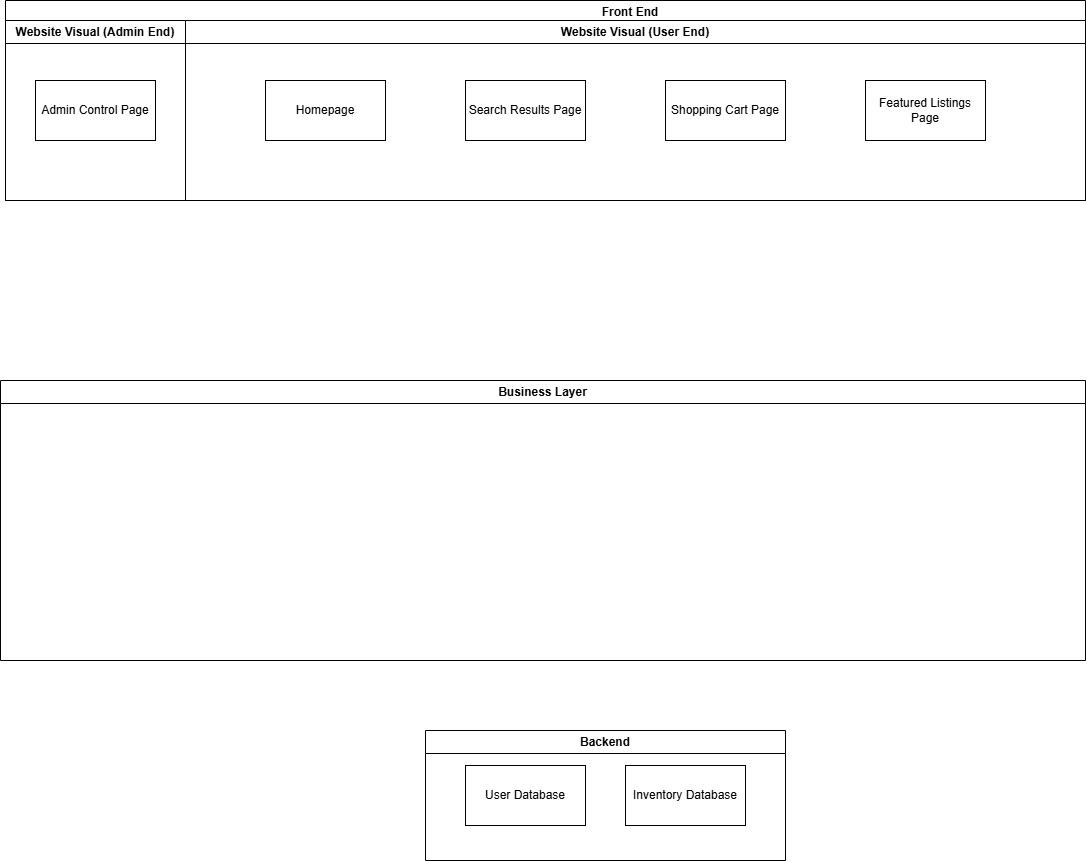
The draw.io diagram Use Case Diagrams/Architecture_Diagram/Architecture_Diagram.drawio.png in gavinbarry60/group8, before a commit. Source tidied: cells renumbered, new cells last; positions are measured from the earlier drawing's top-left corner, leaving out a move shared by most shapes.
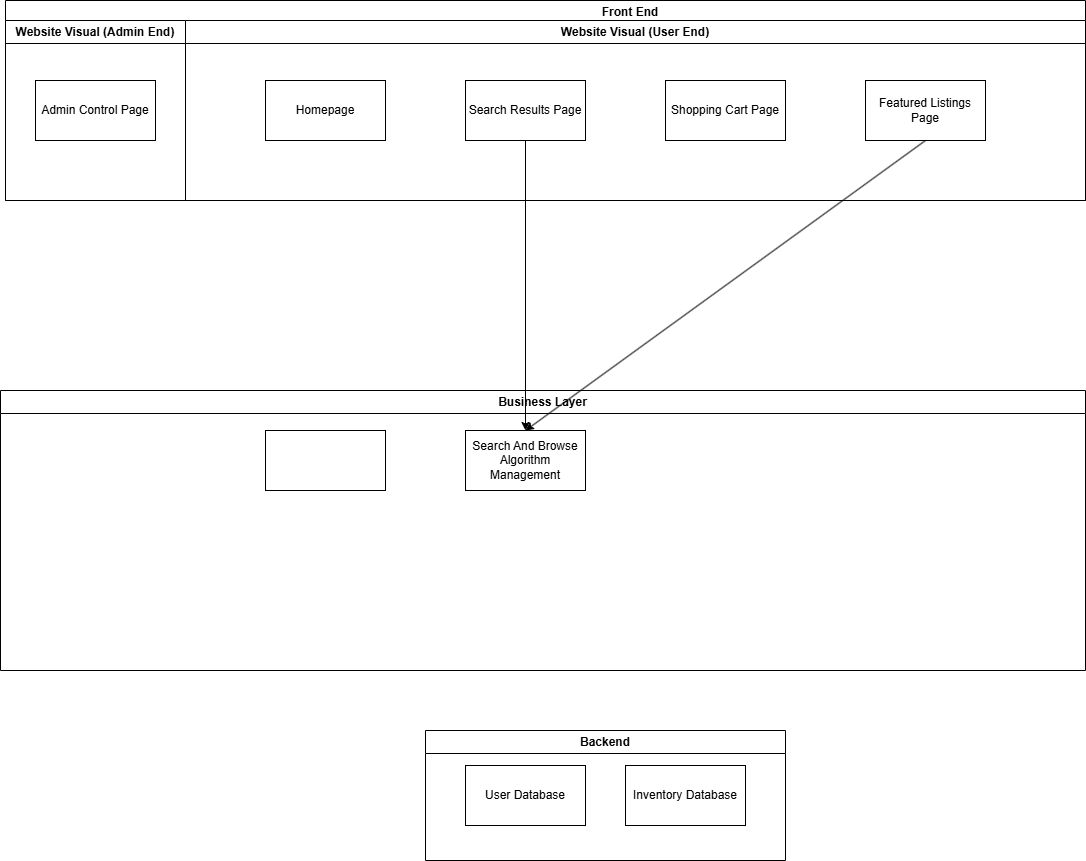
Later version of the same file.

Change to the diagram source:
```diff
@@ -27,8 +27,14 @@
       <mxGeometry x="680" y="60" width="120" height="60" as="geometry" />
     </mxCell>
     <mxCell id="10" value="Business Layer" style="swimlane;whiteSpace=wrap;html=1;" parent="1" vertex="1">
-      <mxGeometry y="380" width="1085" height="280" as="geometry" />
+      <mxGeometry y="390" width="1085" height="280" as="geometry" />
     </mxCell>
+    <mxCell id="14" style="rounded=0;whiteSpace=wrap;html=1;" parent="10" vertex="1">
+      <mxGeometry x="265" y="40" width="120" height="60" as="geometry" />
+    </mxCell>
+    <mxCell id="15" value="Search And Browse Algorithm Management" style="rounded=0;whiteSpace=wrap;html=1;" parent="10" vertex="1">
+      <mxGeometry x="465" y="40" width="120" height="60" as="geometry" />
+    </mxCell>
     <mxCell id="11" value="Backend" style="swimlane;whiteSpace=wrap;html=1;" parent="1" vertex="1">
       <mxGeometry x="425" y="730" width="360" height="130" as="geometry" />
     </mxCell>
@@ -38,5 +44,11 @@
     <mxCell id="13" value="Inventory Database" style="rounded=0;whiteSpace=wrap;html=1;" parent="11" vertex="1">
       <mxGeometry x="200" y="35" width="120" height="60" as="geometry" />
     </mxCell>
+    <mxCell id="16" style="endArrow=classic;html=1;rounded=0;exitX=0.5;exitY=1;exitDx=0;exitDy=0;entryX=0.5;entryY=0;entryDx=0;entryDy=0;" parent="1" edge="1" source="7" target="15">
+      <mxGeometry relative="1" as="geometry" />
+    </mxCell>
+    <mxCell id="17" style="endArrow=classic;html=1;rounded=0;exitX=0.5;exitY=1;exitDx=0;exitDy=0;entryX=0.5;entryY=0;entryDx=0;entryDy=0;" parent="1" edge="1" source="9" target="15">
+      <mxGeometry relative="1" as="geometry" />
+    </mxCell>
   </root>
 </mxGraphModel>
```
